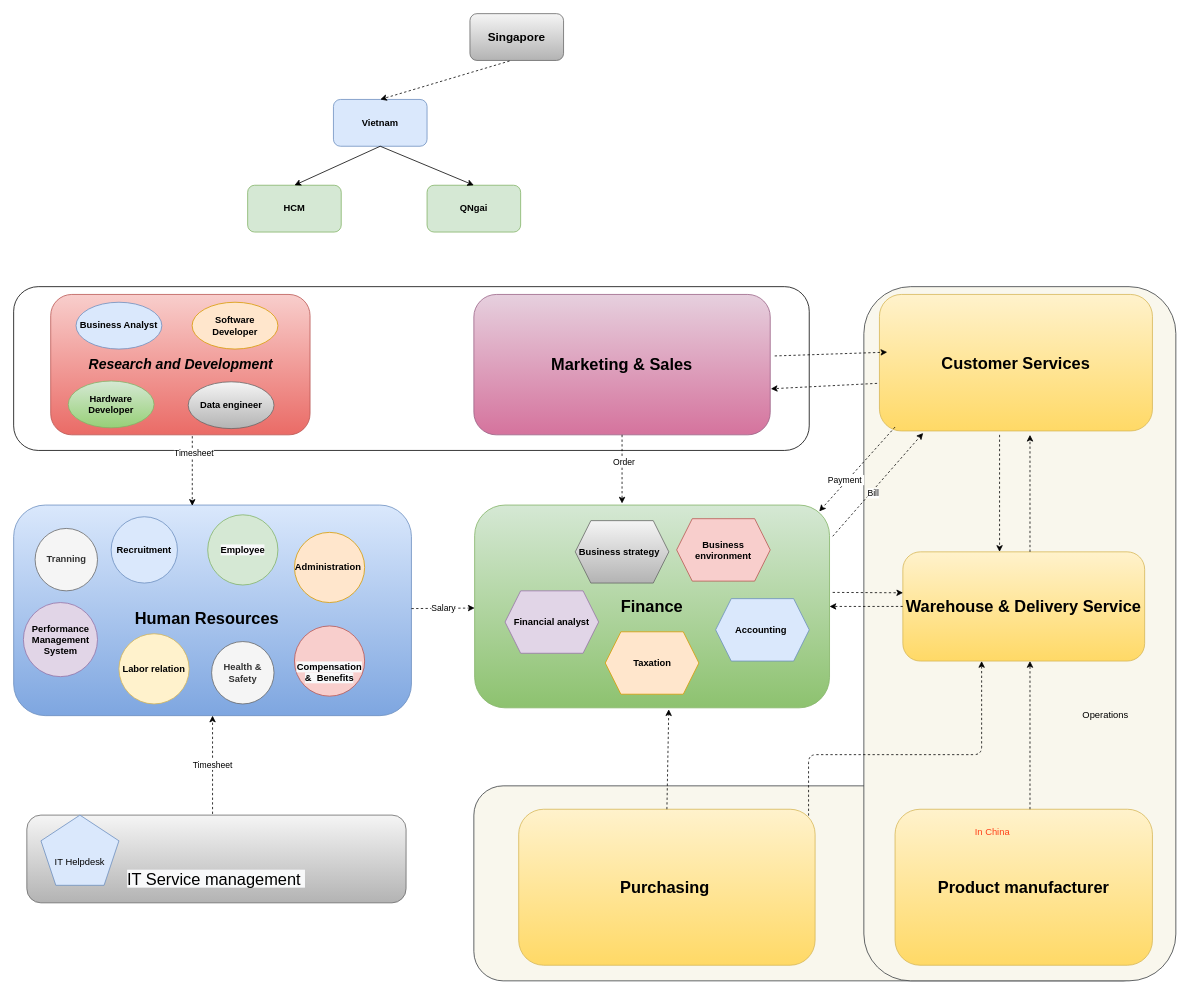
Earlier version of the draw.io diagram page "Org_Chart" (1 of 10) of 04_docs/Department_Organizational_chart.drawio (letrthong/business). Source tidied: cells renumbered, new cells numbered last; positions are measured from the earlier drawing's top-left corner, leaving out a move shared by most shapes. Both pictures are drawn from the tidied source at 78%, with x=0, y=0 at pixel (13, 13).
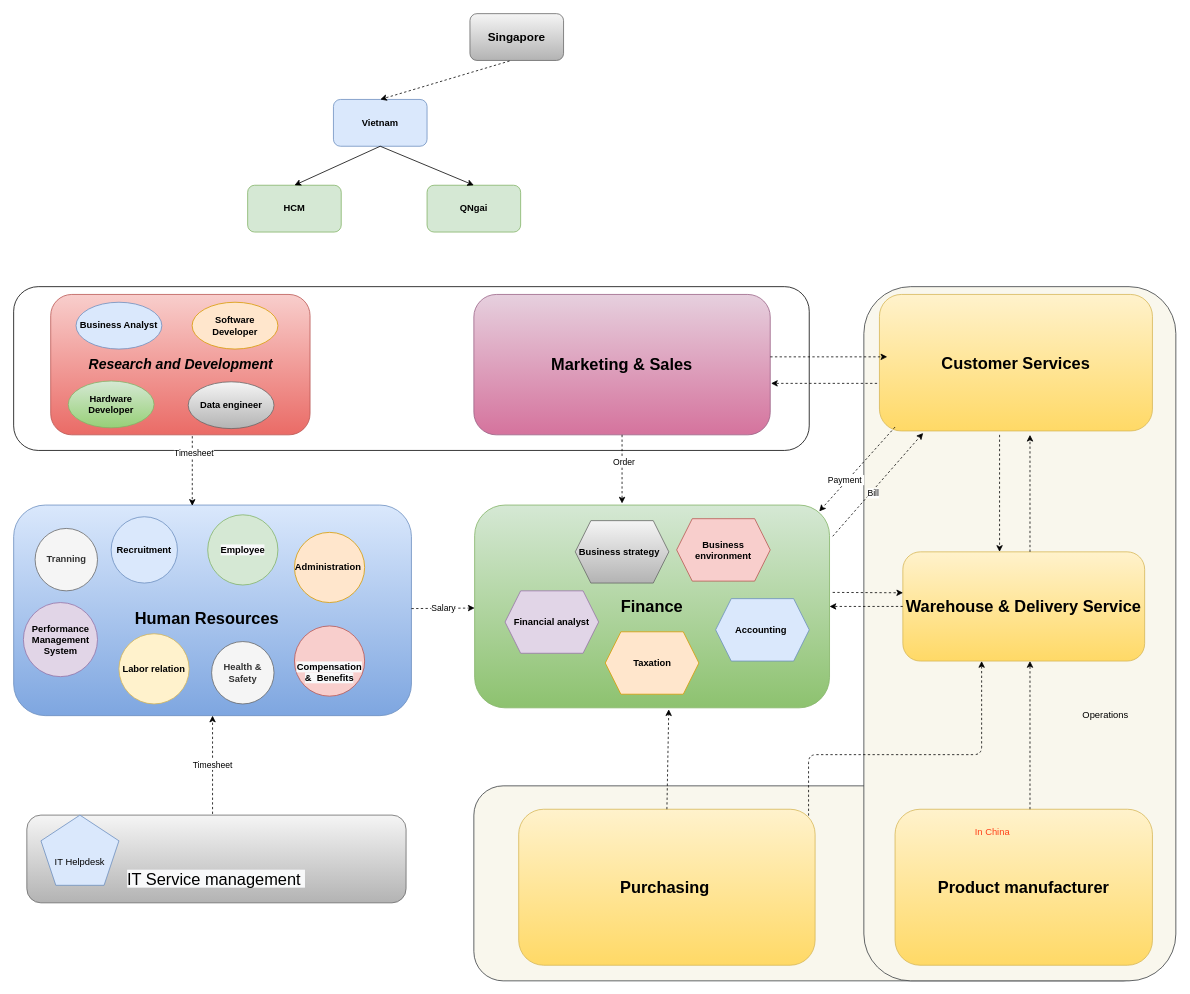
The same page after the edit.

Unchanged cells that the change refers to:
```xml
<mxCell id="10" value="&lt;span&gt;&lt;font style=&quot;font-size: 21px&quot;&gt;&lt;b&gt;Marketing &amp;amp; Sales&lt;/b&gt;&lt;/font&gt;&lt;/span&gt;" style="rounded=1;whiteSpace=wrap;html=1;gradientColor=#d5739d;fillColor=#e6d0de;strokeColor=#996185;arcSize=16;" parent="1" vertex="1">
  <mxGeometry x="590" y="360" width="380" height="180" as="geometry" />
</mxCell>
```

The edit, as a diff of the source:
```diff
@@
-    <mxCell id="30" style="endArrow=classic;html=1;dashed=1;exitX=1.015;exitY=0.438;exitDx=0;exitDy=0;exitPerimeter=0;" parent="1" edge="1" source="10">
+    <mxCell id="30" style="endArrow=classic;html=1;dashed=1;" parent="1" edge="1">
       <mxGeometry relative="1" as="geometry">
-        <mxPoint x="1120" y="434" as="targetPoint" />
+        <mxPoint x="970" y="440" as="sourcePoint" />
+        <mxPoint x="1120" y="440" as="targetPoint" />
       </mxGeometry>
     </mxCell>
@@
-    <mxCell id="36" style="endArrow=classic;html=1;dashed=1;entryX=1.002;entryY=0.672;entryDx=0;entryDy=0;entryPerimeter=0;" parent="1" edge="1" target="10">
+    <mxCell id="36" style="endArrow=classic;html=1;dashed=1;" parent="1" edge="1">
       <mxGeometry relative="1" as="geometry">
         <mxPoint x="1107" y="474" as="sourcePoint" />
+        <mxPoint x="971" y="474" as="targetPoint" />
       </mxGeometry>
     </mxCell>
```
